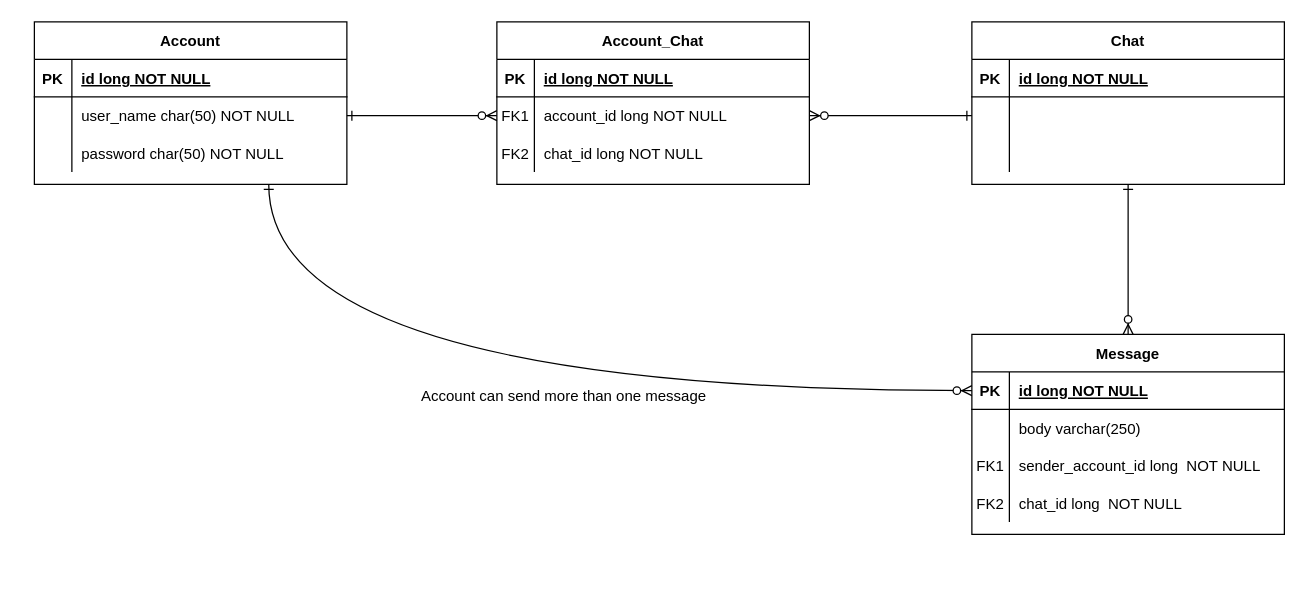
Earlier version of the draw.io diagram ERD.drawio (kutayyaman/ChatApplicationWithJavaSocketProgramming). Source tidied: cells renumbered, new cells numbered last; positions are measured from the earlier drawing's top-left corner, leaving out a move shared by most shapes. Both pictures are drawn from the tidied source at 125%, with x=0, y=0 at pixel (34, 21).
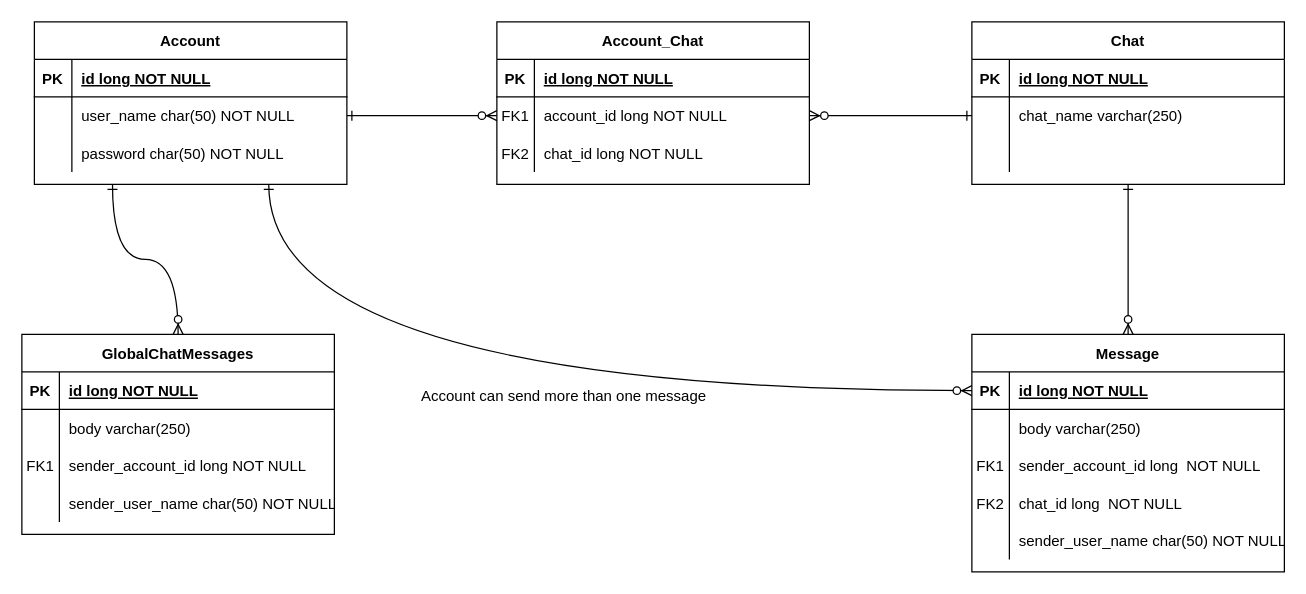
The same diagram, later.

Commit message (it also covers changes not shown here):
GlobalChatMessages table added to entity relationship diagram

The change refers to these unchanged cells:
```xml
<mxCell id="8" style="shape=partialRectangle;fillColor=none;points=[[0,0.5],[1,0.5]];portConstraint=eastwest;top=0;left=0;right=0;bottom=0;" parent="4" vertex="1">
  <mxGeometry y="60" width="250" height="30" as="geometry" />
</mxCell>
<mxCell id="24" value="Account" style="shape=table;startSize=30;childLayout=tableLayout;rowLines=0;fontStyle=1;align=center;" parent="1" vertex="1">
  <mxGeometry width="250" height="130" as="geometry" />
</mxCell>
```

Change to the diagram source:
```diff
@@
-    <mxCell id="10" style="shape=partialRectangle;overflow=hidden;fillColor=none;top=0;left=0;bottom=0;right=0;align=left;spacingLeft=6;" parent="8" vertex="1">
+    <mxCell id="10" value="chat_name varchar(250)" style="shape=partialRectangle;overflow=hidden;fillColor=none;top=0;left=0;bottom=0;right=0;align=left;spacingLeft=6;" parent="8" vertex="1">
       <mxGeometry x="30" width="220" height="30" as="geometry" />
     </mxCell>
@@
     <mxCell id="34" value="Message" style="shape=table;startSize=30;childLayout=tableLayout;rowLines=0;fontStyle=1;align=center;" parent="1" vertex="1">
-      <mxGeometry x="750" y="250" width="250" height="160" as="geometry" />
+      <mxGeometry x="750" y="250" width="250" height="190" as="geometry" />
     </mxCell>
@@
+    <mxCell id="50" style="shape=partialRectangle;fillColor=none;top=0;left=0;right=0;bottom=0;" parent="34" vertex="1">
+      <mxGeometry y="150" width="250" height="30" as="geometry" />
+    </mxCell>
+    <mxCell id="51" style="shape=partialRectangle;overflow=hidden;fillColor=none;top=0;left=0;bottom=0;right=0;" parent="50" vertex="1">
+      <mxGeometry width="30" height="30" as="geometry" />
+    </mxCell>
+    <mxCell id="52" value="sender_user_name char(50) NOT NULL" style="shape=partialRectangle;overflow=hidden;fillColor=none;top=0;left=0;bottom=0;right=0;align=left;spacingLeft=6;" parent="50" vertex="1">
+      <mxGeometry x="30" width="220" height="30" as="geometry" />
+    </mxCell>
@@
+    <mxCell id="53" value="GlobalChatMessages" style="shape=table;startSize=30;childLayout=tableLayout;rowLines=0;fontStyle=1;align=center;" parent="1" vertex="1">
+      <mxGeometry x="-10" y="250" width="250" height="160" as="geometry" />
+    </mxCell>
+    <mxCell id="54" style="shape=partialRectangle;fillColor=none;top=0;left=0;right=0;bottom=1;" parent="53" vertex="1">
+      <mxGeometry y="30" width="250" height="30" as="geometry" />
+    </mxCell>
+    <mxCell id="55" value="PK" style="shape=partialRectangle;overflow=hidden;fillColor=none;top=0;left=0;bottom=0;right=0;fontStyle=1;" parent="54" vertex="1">
+      <mxGeometry width="30" height="30" as="geometry" />
+    </mxCell>
+    <mxCell id="56" value="id long NOT NULL " style="shape=partialRectangle;overflow=hidden;fillColor=none;top=0;left=0;bottom=0;right=0;align=left;spacingLeft=6;fontStyle=5;" parent="54" vertex="1">
+      <mxGeometry x="30" width="220" height="30" as="geometry" />
+    </mxCell>
+    <mxCell id="57" style="shape=partialRectangle;fillColor=none;top=0;left=0;right=0;bottom=0;" parent="53" vertex="1">
+      <mxGeometry y="60" width="250" height="30" as="geometry" />
+    </mxCell>
+    <mxCell id="58" style="shape=partialRectangle;overflow=hidden;fillColor=none;top=0;left=0;bottom=0;right=0;" parent="57" vertex="1">
+      <mxGeometry width="30" height="30" as="geometry" />
+    </mxCell>
+    <mxCell id="59" value="body varchar(250)" style="shape=partialRectangle;overflow=hidden;fillColor=none;top=0;left=0;bottom=0;right=0;align=left;spacingLeft=6;" parent="57" vertex="1">
+      <mxGeometry x="30" width="220" height="30" as="geometry" />
+    </mxCell>
+    <mxCell id="60" style="shape=partialRectangle;fillColor=none;top=0;left=0;right=0;bottom=0;" parent="53" vertex="1">
+      <mxGeometry y="90" width="250" height="30" as="geometry" />
+    </mxCell>
+    <mxCell id="61" value="FK1" style="shape=partialRectangle;overflow=hidden;fillColor=none;top=0;left=0;bottom=0;right=0;" parent="60" vertex="1">
+      <mxGeometry width="30" height="30" as="geometry" />
+    </mxCell>
+    <mxCell id="62" value="sender_account_id long NOT NULL" style="shape=partialRectangle;overflow=hidden;fillColor=none;top=0;left=0;bottom=0;right=0;align=left;spacingLeft=6;" parent="60" vertex="1">
+      <mxGeometry x="30" width="220" height="30" as="geometry" />
+    </mxCell>
+    <mxCell id="63" style="shape=partialRectangle;fillColor=none;top=0;left=0;right=0;bottom=0;" parent="53" vertex="1">
+      <mxGeometry y="120" width="250" height="30" as="geometry" />
+    </mxCell>
+    <mxCell id="64" style="shape=partialRectangle;overflow=hidden;fillColor=none;top=0;left=0;bottom=0;right=0;" parent="63" vertex="1">
+      <mxGeometry width="30" height="30" as="geometry" />
+    </mxCell>
+    <mxCell id="65" value="sender_user_name char(50) NOT NULL" style="shape=partialRectangle;overflow=hidden;fillColor=none;top=0;left=0;bottom=0;right=0;align=left;spacingLeft=6;" parent="63" vertex="1">
+      <mxGeometry x="30" width="220" height="30" as="geometry" />
+    </mxCell>
+    <mxCell id="66" style="endArrow=ERzeroToMany;startArrow=ERone;endFill=1;startFill=0;exitX=0.25;exitY=1;exitDx=0;exitDy=0;edgeStyle=orthogonalEdgeStyle;entryX=0.5;entryY=0;entryDx=0;entryDy=0;curved=1;" parent="1" edge="1" source="24" target="53">
+      <mxGeometry relative="1" as="geometry" />
+    </mxCell>
```
